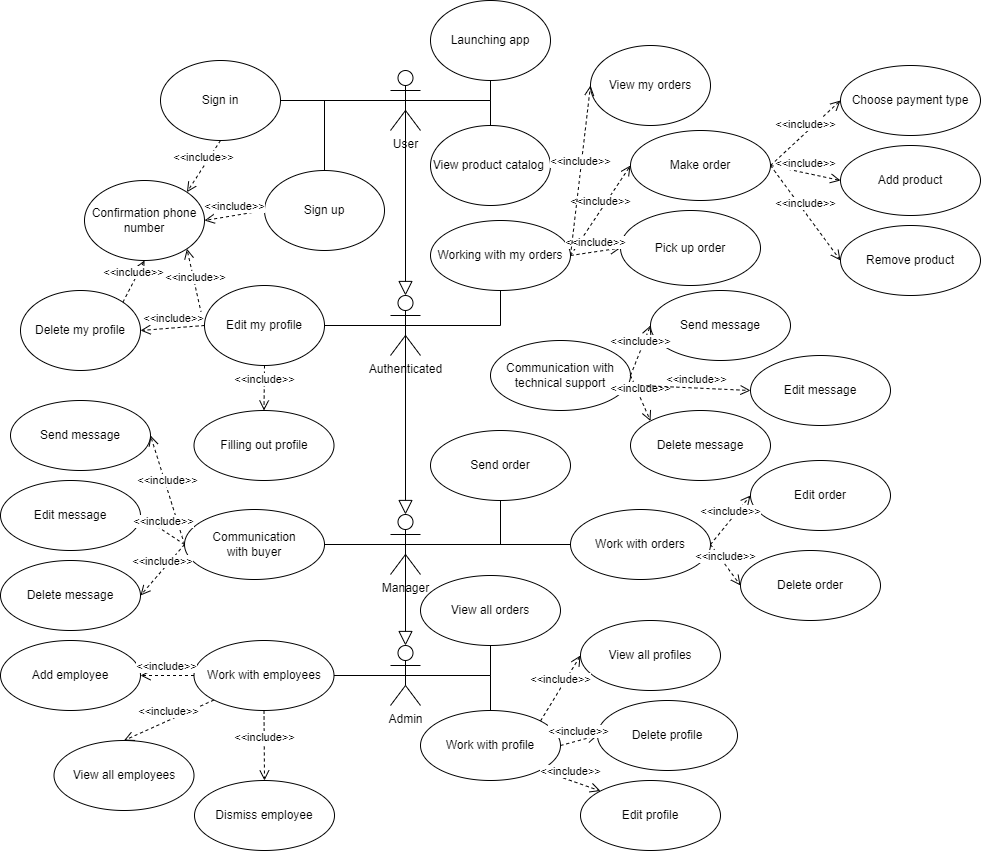
Before: docs/uml/shesterochka.drawio.png, a diagram exported from draw.io (JustKingYT1/demo_app). Source tidied: cells renumbered, new cells last; positions are measured from the earlier drawing's top-left corner, leaving out a move shared by most shapes.
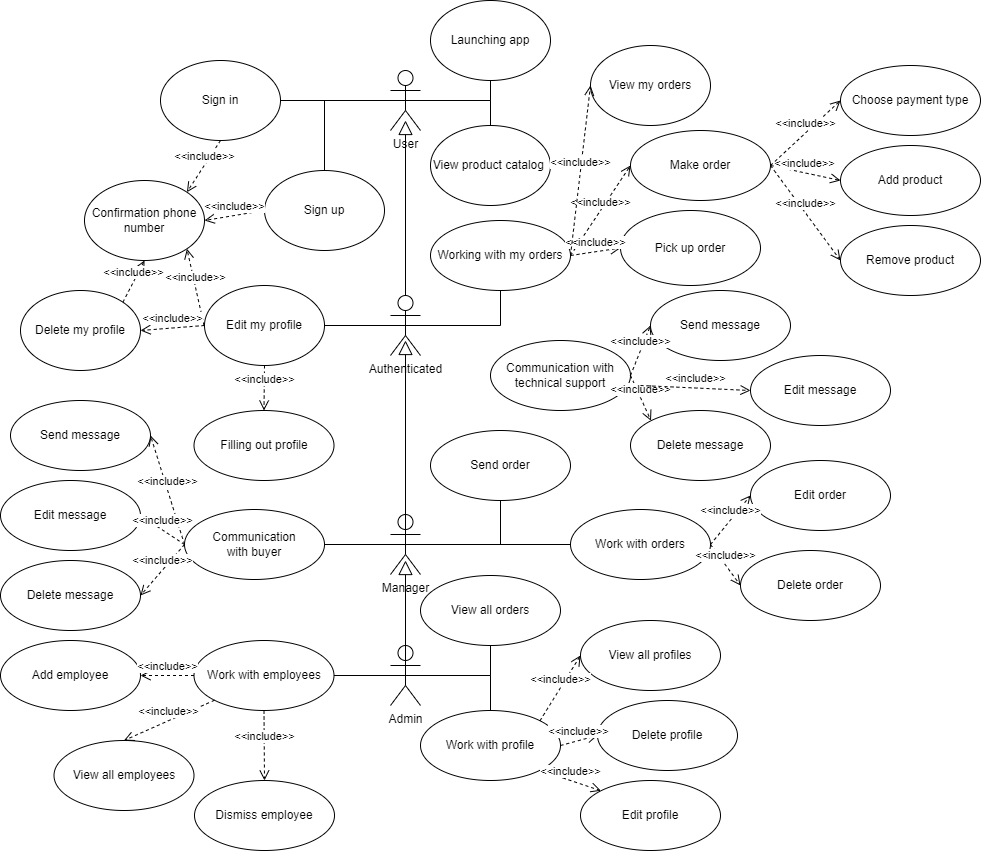
After the change.

The edit, as a diff of the source:
```diff
@@ -268,13 +268,15 @@
     <mxCell id="79" style="endArrow=none;html=1;rounded=0;exitX=0.5;exitY=0.5;exitDx=0;exitDy=0;exitPerimeter=0;entryX=1;entryY=0.5;entryDx=0;entryDy=0;" parent="1" edge="1" source="28" target="34">
       <mxGeometry relative="1" as="geometry" />
     </mxCell>
-    <mxCell id="80" style="endArrow=block;dashed=0;endFill=0;endSize=12;html=1;rounded=0;exitX=0.5;exitY=0.5;exitDx=0;exitDy=0;exitPerimeter=0;entryX=0.5;entryY=0;entryDx=0;entryDy=0;entryPerimeter=0;" parent="1" edge="1" source="2" target="10">
-      <mxGeometry relative="1" as="geometry" />
+    <mxCell id="80" style="endArrow=block;dashed=0;endFill=0;endSize=12;html=1;rounded=0;exitX=0.5;exitY=0;exitDx=0;exitDy=0;exitPerimeter=0;" parent="1" edge="1" source="10">
+      <mxGeometry relative="1" as="geometry">
+        <mxPoint x="405" y="120" as="targetPoint" />
+      </mxGeometry>
     </mxCell>
-    <mxCell id="81" style="endArrow=block;dashed=0;endFill=0;endSize=12;html=1;rounded=0;entryX=0.5;entryY=0;entryDx=0;entryDy=0;entryPerimeter=0;exitX=0.5;exitY=0.5;exitDx=0;exitDy=0;exitPerimeter=0;" parent="1" edge="1" source="10" target="28">
+    <mxCell id="81" style="endArrow=block;dashed=0;endFill=0;endSize=12;html=1;rounded=0;exitX=0.5;exitY=0.5;exitDx=0;exitDy=0;exitPerimeter=0;entryX=0.5;entryY=0.75;entryDx=0;entryDy=0;entryPerimeter=0;" parent="1" edge="1" source="28" target="10">
       <mxGeometry relative="1" as="geometry" />
     </mxCell>
-    <mxCell id="82" style="endArrow=block;dashed=0;endFill=0;endSize=12;html=1;rounded=0;entryX=0.5;entryY=0;entryDx=0;entryDy=0;entryPerimeter=0;exitX=0.5;exitY=0.5;exitDx=0;exitDy=0;exitPerimeter=0;" parent="1" edge="1" source="28" target="39">
+    <mxCell id="82" style="endArrow=block;dashed=0;endFill=0;endSize=12;html=1;rounded=0;exitX=0.5;exitY=0.5;exitDx=0;exitDy=0;exitPerimeter=0;entryX=0.5;entryY=0.767;entryDx=0;entryDy=0;entryPerimeter=0;" parent="1" edge="1" source="39" target="28">
       <mxGeometry relative="1" as="geometry" />
     </mxCell>
   </root>
```
